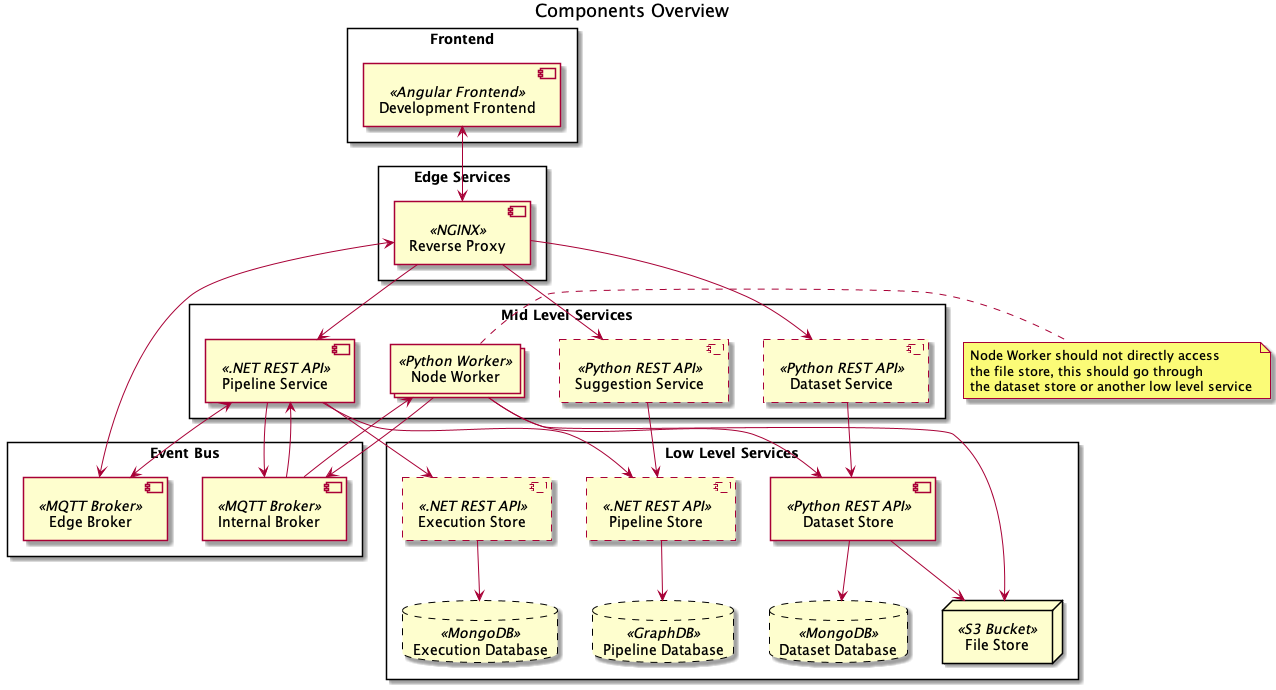
This is docs/architecture/overview.png from project-hanse/prototype-a, a PlantUML export, as it was before one commit.
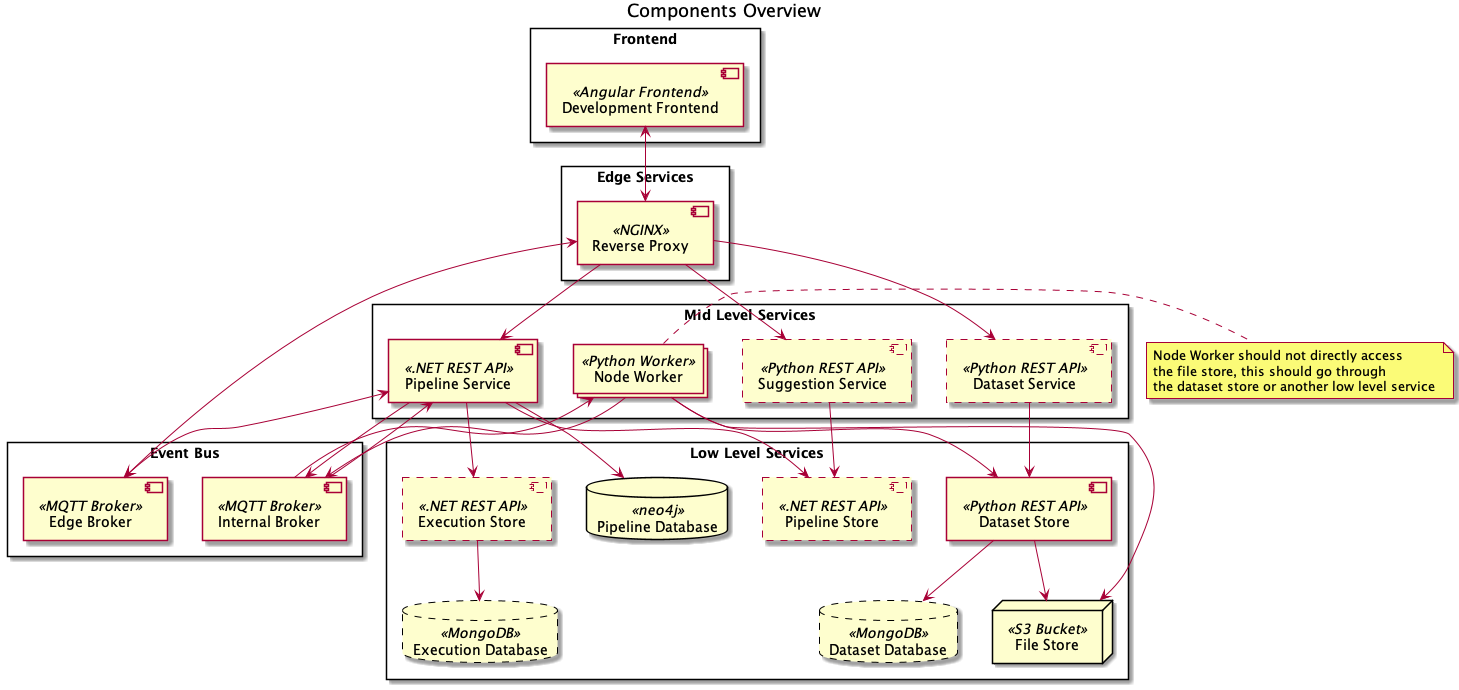
Later version of the same file.

Commit message:
feat(persistence): add neo4j database to dev environment and healthcheck for connection to db

What changed in the source:
```diff
@@ -25,7 +25,7 @@
 
 rectangle "Low Level Services" {
     component #line.dashed "Pipeline Store" << .NET REST API >> as pipeline_store
-    database #line.dashed "Pipeline Database" << GraphDB >> as pipeline_db
+    database "Pipeline Database" << neo4j >> as pipeline_db
 
     component #line.dashed "Execution Store" << .NET REST API >> as execution_store
     database #line.dashed "Execution Database" << MongoDB >> as execution_db
@@ -45,7 +45,7 @@
 reverse_proxy <--> message_broker_edge
 
 
-pipeline_store --> pipeline_db
+pipeline_service --> pipeline_db
 dataset_store --> dataset_db
 dataset_store --> file_store
 execution_store --> execution_db
```
